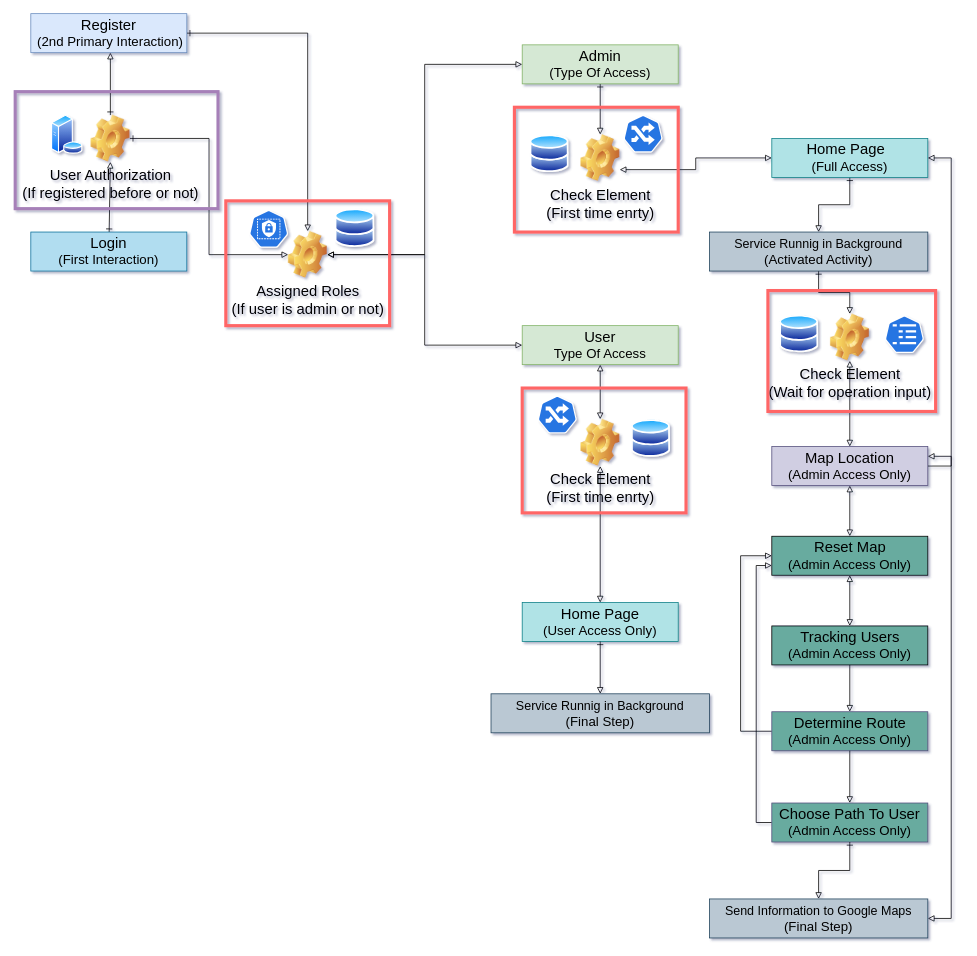
Before: Untitled Diagram.drawio in George2G/Diagram_Diploma, a draw.io diagram. Source tidied: cells renumbered, new cells numbered last; positions are measured from the earlier drawing's top-left corner, leaving out a move shared by most shapes. Both pictures are drawn from the tidied source at 78%, with x=0, y=0 at pixel (15, 13).
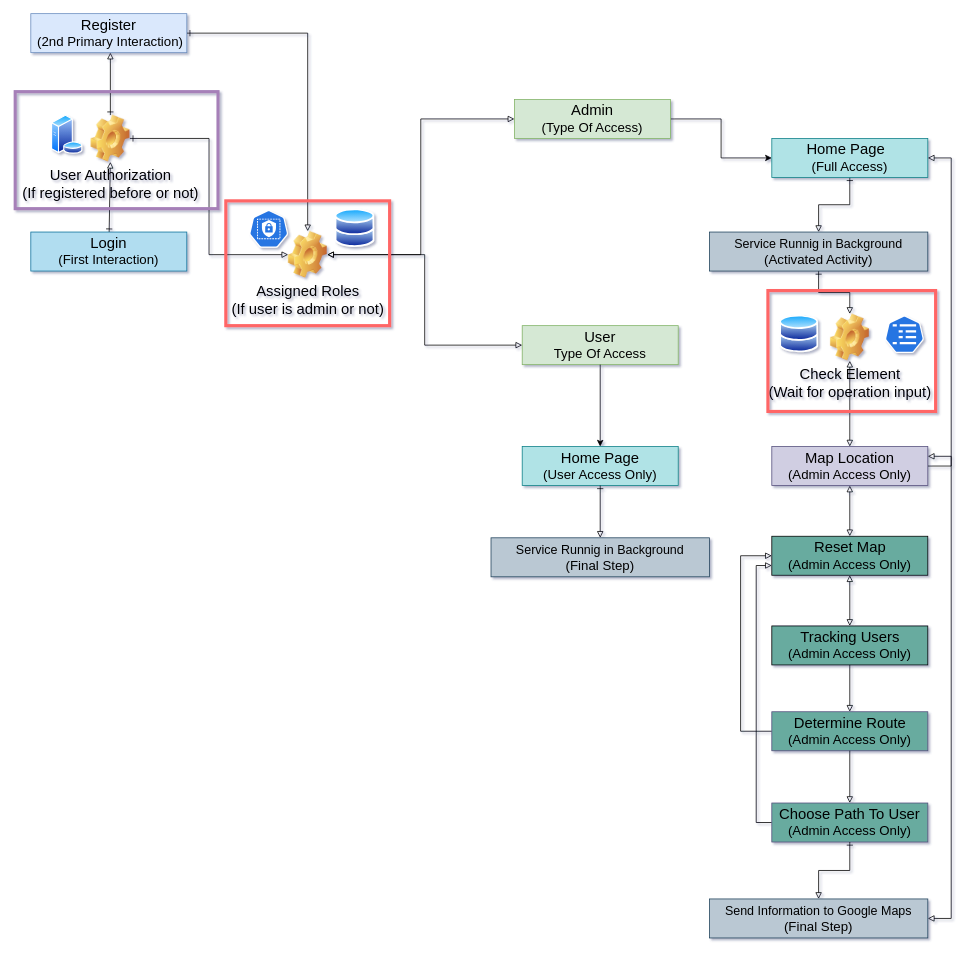
After the change.

Unchanged cells that the change refers to:
```xml
<mxCell id="15" style="rounded=0;whiteSpace=wrap;html=1;fillColor=#b0e3e6;strokeColor=#0e8088;" parent="1" vertex="1">
  <mxGeometry x="970" y="160" width="200" height="50" as="geometry" />
</mxCell>
<mxCell id="21" value="&lt;font style=&quot;font-size: 17px&quot;&gt;Type Of Access&lt;/font&gt;" style="text;html=1;strokeColor=none;fillColor=none;align=center;verticalAlign=middle;whiteSpace=wrap;rounded=0;fontSize=20;" parent="1" vertex="1">
  <mxGeometry x="670" y="420" width="160" height="30" as="geometry" />
</mxCell>
```

Change to the diagram source:
```diff
@@
-    <mxCell id="14" style="rounded=0;jettySize=auto;html=1;exitX=0;exitY=0.5;exitDx=0;exitDy=0;entryX=1;entryY=0.75;entryDx=0;entryDy=0;startArrow=block;startFill=0;endArrow=block;endFill=0;edgeStyle=orthogonalEdgeStyle;" parent="1" edge="1" source="15" target="67">
-      <mxGeometry relative="1" as="geometry" />
-    </mxCell>
@@
-    <mxCell id="20" style="rounded=0;jettySize=auto;html=1;entryX=0.5;entryY=0;entryDx=0;entryDy=0;fontSize=16;startArrow=block;startFill=0;endArrow=block;endFill=0;" parent="1" edge="1" source="21" target="66">
-      <mxGeometry relative="1" as="geometry" />
-    </mxCell>
+    <mxCell id="86" style="edgeStyle=orthogonalEdgeStyle;rounded=0;jettySize=auto;html=1;" parent="1" edge="1" source="21" target="29">
+      <mxGeometry relative="1" as="geometry" />
+    </mxCell>
@@
-    <mxCell id="22" style="edgeStyle=none;rounded=0;jettySize=auto;html=1;entryX=0.5;entryY=0;entryDx=0;entryDy=0;fontSize=16;startArrow=ERone;startFill=0;endArrow=block;endFill=0;" parent="1" edge="1" source="23" target="67">
-      <mxGeometry relative="1" as="geometry" />
-    </mxCell>
+    <mxCell id="87" style="edgeStyle=orthogonalEdgeStyle;rounded=0;jettySize=auto;html=1;" parent="1" edge="1" source="23" target="15">
+      <mxGeometry relative="1" as="geometry" />
+    </mxCell>
     <mxCell id="23" style="rounded=0;whiteSpace=wrap;html=1;fillColor=#d5e8d4;strokeColor=#82b366;" parent="1" vertex="1">
-      <mxGeometry x="650" y="40" width="200" height="50" as="geometry" />
+      <mxGeometry x="640" y="110" width="200" height="50" as="geometry" />
     </mxCell>
     <mxCell id="24" value="&lt;span style=&quot;font-size: 19px&quot;&gt;Admin&lt;/span&gt;" style="text;html=1;strokeColor=none;fillColor=none;align=center;verticalAlign=middle;whiteSpace=wrap;rounded=0;" parent="1" vertex="1">
-      <mxGeometry x="685" y="40" width="130" height="30" as="geometry" />
+      <mxGeometry x="675" y="110" width="130" height="30" as="geometry" />
     </mxCell>
     <mxCell id="25" value="&lt;font style=&quot;font-size: 17px&quot;&gt;(Type Of Access)&lt;/font&gt;" style="text;html=1;strokeColor=none;fillColor=none;align=center;verticalAlign=middle;whiteSpace=wrap;rounded=0;fontSize=20;" parent="1" vertex="1">
-      <mxGeometry x="670" y="60" width="160" height="30" as="geometry" />
+      <mxGeometry x="660" y="130" width="160" height="30" as="geometry" />
     </mxCell>
@@
     <mxCell id="29" style="rounded=0;whiteSpace=wrap;html=1;fillColor=#b0e3e6;strokeColor=#0e8088;" parent="1" vertex="1">
-      <mxGeometry x="650" y="755" width="200" height="50" as="geometry" />
+      <mxGeometry x="650" y="555" width="200" height="50" as="geometry" />
     </mxCell>
     <mxCell id="30" value="&lt;span style=&quot;font-size: 19px&quot;&gt;Home Page&lt;/span&gt;" style="text;html=1;strokeColor=none;fillColor=none;align=center;verticalAlign=middle;whiteSpace=wrap;rounded=0;" parent="1" vertex="1">
-      <mxGeometry x="685" y="755" width="130" height="30" as="geometry" />
+      <mxGeometry x="685" y="555" width="130" height="30" as="geometry" />
     </mxCell>
@@
     <mxCell id="32" value="&lt;font style=&quot;font-size: 17px&quot;&gt;(User Access Only)&lt;/font&gt;" style="text;html=1;strokeColor=none;fillColor=none;align=center;verticalAlign=middle;whiteSpace=wrap;rounded=0;fontSize=20;" parent="1" vertex="1">
-      <mxGeometry x="670" y="775" width="160" height="30" as="geometry" />
+      <mxGeometry x="670" y="575" width="160" height="30" as="geometry" />
     </mxCell>
@@
     <mxCell id="40" style="rounded=0;whiteSpace=wrap;html=1;fillColor=#bac8d3;strokeColor=#23445d;" parent="1" vertex="1">
-      <mxGeometry x="610" y="872" width="280" height="50" as="geometry" />
+      <mxGeometry x="610" y="672" width="280" height="50" as="geometry" />
     </mxCell>
     <mxCell id="41" value="&lt;font style=&quot;font-size: 16px&quot;&gt;Service Runnig in Background&lt;/font&gt;" style="text;html=1;strokeColor=none;fillColor=none;align=center;verticalAlign=middle;whiteSpace=wrap;rounded=0;" parent="1" vertex="1">
-      <mxGeometry x="630" y="872" width="240" height="30" as="geometry" />
+      <mxGeometry x="630" y="672" width="240" height="30" as="geometry" />
     </mxCell>
     <mxCell id="42" value="&lt;font style=&quot;font-size: 17px&quot;&gt;(Final Step)&lt;/font&gt;" style="text;html=1;strokeColor=none;fillColor=none;align=center;verticalAlign=middle;whiteSpace=wrap;rounded=0;fontSize=20;" parent="1" vertex="1">
-      <mxGeometry x="670" y="892" width="160" height="30" as="geometry" />
+      <mxGeometry x="670" y="692" width="160" height="30" as="geometry" />
     </mxCell>
@@
-    <mxCell id="65" style="rounded=0;jettySize=auto;html=1;fontSize=16;startArrow=block;startFill=0;endArrow=block;endFill=0;" parent="1" edge="1" source="66" target="29">
-      <mxGeometry relative="1" as="geometry" />
-    </mxCell>
-    <mxCell id="66" value="Check Element&lt;br&gt;(First time enrty)" style="shape=image;html=1;verticalLabelPosition=bottom;verticalAlign=top;imageAspect=0;image=img/clipart/Gear_128x128.png;fontSize=19;gradientColor=none;" parent="1" vertex="1">
-      <mxGeometry x="725" y="520" width="50" height="60" as="geometry" />
-    </mxCell>
-    <mxCell id="67" value="Check Element&lt;br&gt;(First time enrty)" style="shape=image;html=1;verticalLabelPosition=bottom;verticalAlign=top;imageAspect=0;image=img/clipart/Gear_128x128.png;fontSize=19;gradientColor=none;" parent="1" vertex="1">
-      <mxGeometry x="725" y="155" width="50" height="60" as="geometry" />
-    </mxCell>
@@
-    <mxCell id="70" style="perimeter=ellipsePerimeter;html=1;align=center;shadow=0;dashed=0;spacingTop=3;image;image=img/lib/active_directory/databases.svg;" parent="1" vertex="1">
-      <mxGeometry x="660" y="155" width="50" height="49" as="geometry" />
-    </mxCell>
-    <mxCell id="71" style="perimeter=ellipsePerimeter;html=1;align=center;shadow=0;dashed=0;spacingTop=3;image;image=img/lib/active_directory/databases.svg;" parent="1" vertex="1">
-      <mxGeometry x="790" y="520" width="50" height="49" as="geometry" />
-    </mxCell>
@@
-    <mxCell id="75" style="rounded=0;whiteSpace=wrap;html=1;strokeWidth=4;fillColor=none;strokeColor=#FF6666;" parent="1" vertex="1">
-      <mxGeometry x="640" y="120" width="210" height="160" as="geometry" />
-    </mxCell>
@@
-    <mxCell id="77" style="rounded=0;whiteSpace=wrap;html=1;strokeWidth=4;fillColor=none;strokeColor=#FF6666;" parent="1" vertex="1">
-      <mxGeometry x="650" y="480" width="210" height="160" as="geometry" />
-    </mxCell>
@@
-    <mxCell id="79" style="sketch=0;html=1;dashed=0;whitespace=wrap;fillColor=#2875E2;strokeColor=#ffffff;shape=mxgraph.kubernetes.icon;prIcon=ing;" parent="1" vertex="1">
-      <mxGeometry x="780" y="130" width="50" height="48" as="geometry" />
-    </mxCell>
-    <mxCell id="80" style="sketch=0;html=1;dashed=0;whitespace=wrap;fillColor=#2875E2;strokeColor=#ffffff;shape=mxgraph.kubernetes.icon;prIcon=ing;" parent="1" vertex="1">
-      <mxGeometry x="670" y="490" width="50" height="48" as="geometry" />
-    </mxCell>
```
